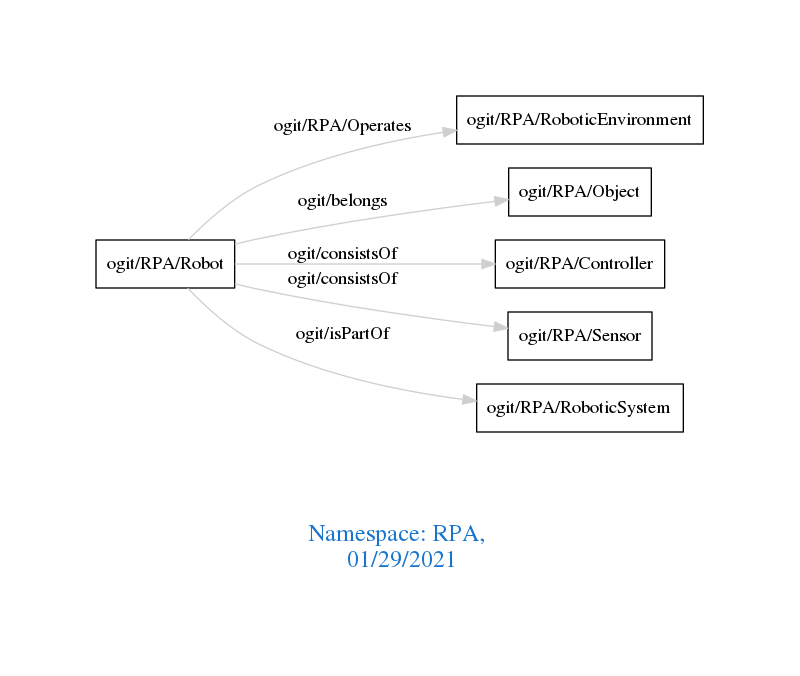
arago/OGIT keeps this Graphviz diagram as downloads/RPA.png. Above is the earlier version. Its source is kept beside it as downloads/RPA.dot.
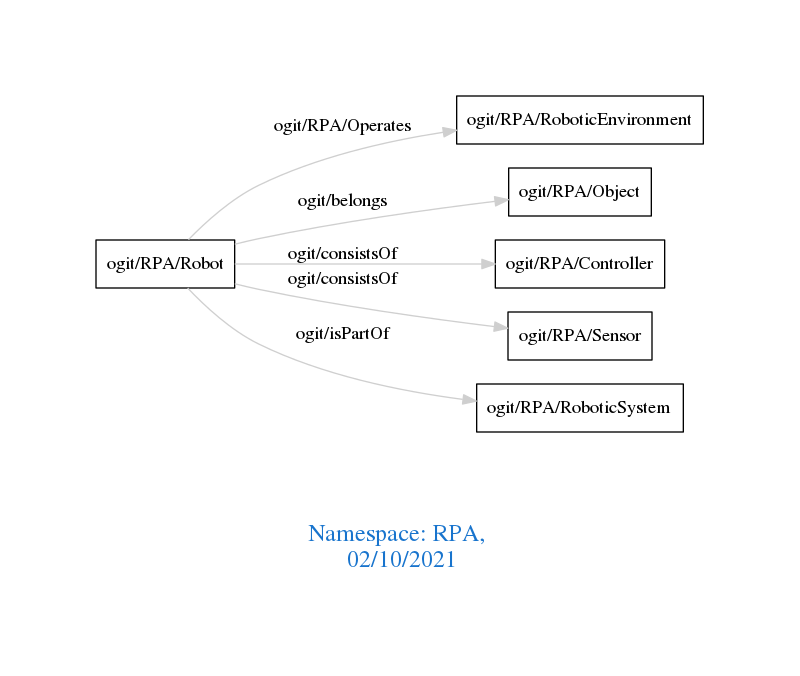
After the commit.

Change to the diagram source:
```diff
@@ -1,7 +1,7 @@
 digraph OGIT_ontology {
  graph [ rankdir= LR,pad=1
 fontsize = 18,
-fontcolor= dodgerblue3,label = "\n\n\nNamespace: RPA, \n 01/29/2021"];
+fontcolor= dodgerblue3,label = "\n\n\nNamespace: RPA, \n 02/10/2021"];
 node[shape=polygon];
 edge [  color="gray81"];
 
```
